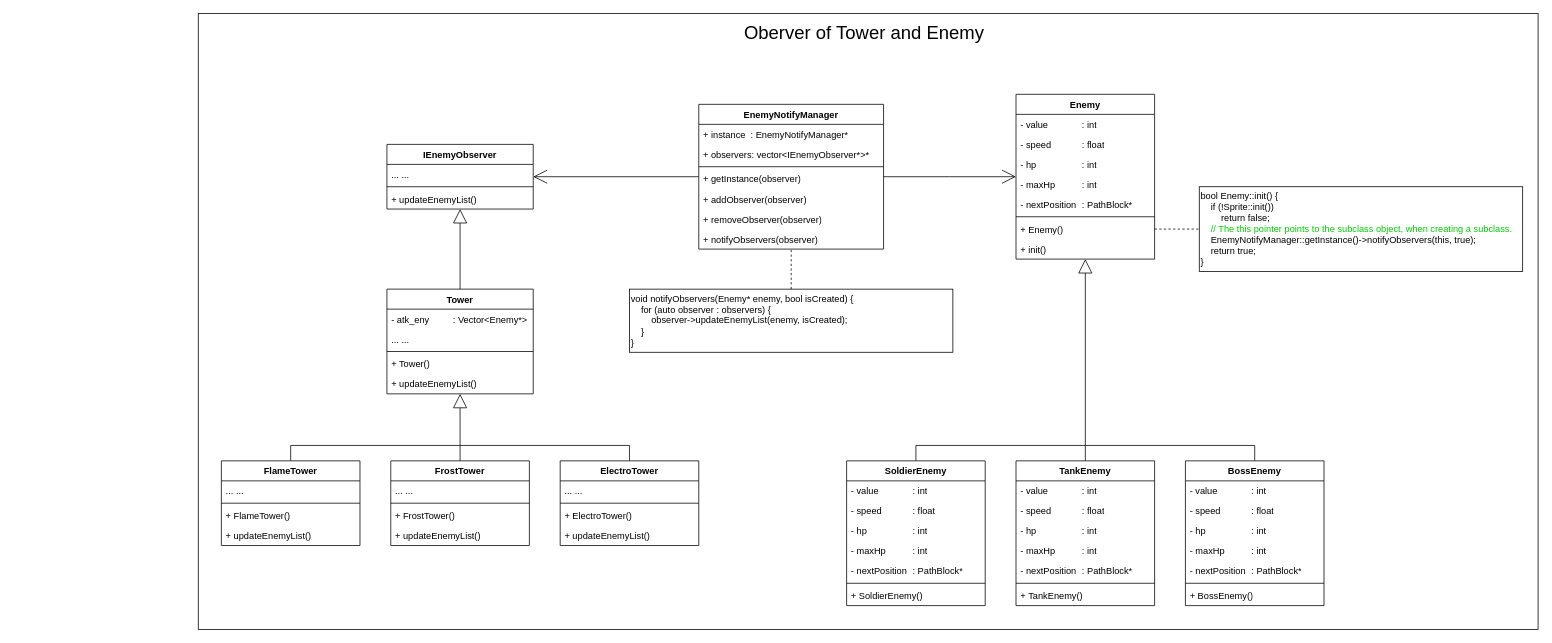
The draw.io diagram page "Observer" (4 of 4) of 文档/URL.drawio in QinCheng0928/Cocos2d, before the edit. Source tidied: cells renumbered, new cells numbered last; positions are measured from the earlier drawing's top-left corner, leaving out a move shared by most shapes. Both pictures are drawn from the tidied source at 77%, with x=0, y=0 at pixel (198, 13).
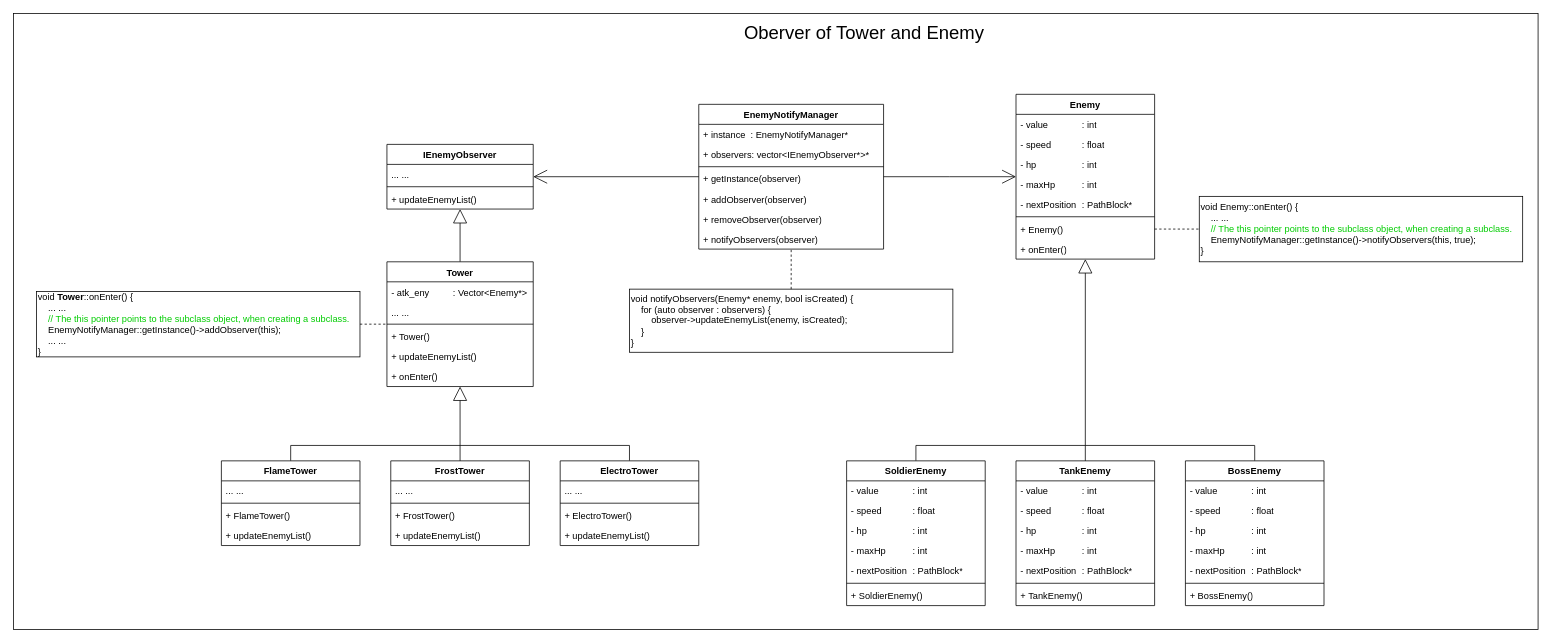
The same diagram, later.

Commit message (it also covers changes not shown here):
去掉一些乱码的注释，完善一下UML图

The change refers to these unchanged cells:
```xml
<mxCell id="3" value="&lt;span style=&quot;white-space: pre;&quot;&gt;Enemy&lt;/span&gt;" style="swimlane;fontStyle=1;align=center;verticalAlign=top;horizontal=1;startSize=26;whiteSpace=wrap;html=1;" parent="1" vertex="1">
  <mxGeometry x="1062" y="105" width="180" height="214" as="geometry" />
</mxCell>
```

What changed in the source:
```diff
@@
     <mxCell id="2" style="rounded=0;whiteSpace=wrap;html=1;fillStyle=auto;gradientColor=none;" parent="1" vertex="1">
-      <mxGeometry width="1740" height="800" as="geometry" />
+      <mxGeometry x="-240" width="1980" height="800" as="geometry" />
     </mxCell>
@@
-    <mxCell id="11" value="+ init()" style="text;strokeColor=none;fillColor=none;align=left;verticalAlign=top;spacingLeft=4;spacingRight=4;overflow=hidden;whiteSpace=wrap;html=1;" parent="3" vertex="1">
+    <mxCell id="11" value="+ onEnter()" style="text;strokeColor=none;fillColor=none;align=left;verticalAlign=top;spacingLeft=4;spacingRight=4;overflow=hidden;whiteSpace=wrap;html=1;" parent="3" vertex="1">
       <mxGeometry y="188" width="180" height="26" as="geometry" />
     </mxCell>
@@
-    <mxCell id="39" value="&lt;span style=&quot;background-color: transparent;&quot;&gt;bool Enemy::init() {&lt;/span&gt;&lt;div&gt;&amp;nbsp; &amp;nbsp; if (!Sprite::init())&amp;nbsp;&lt;/div&gt;&lt;div&gt;&amp;nbsp; &amp;nbsp; &amp;nbsp; &amp;nbsp; return false;&lt;/div&gt;&lt;div&gt;&amp;nbsp; &amp;nbsp; &lt;font style=&quot;color: rgb(0, 204, 0);&quot;&gt;// The this pointer points to the subclass object, when creating a subclass.&lt;/font&gt;&lt;/div&gt;&lt;div&gt;&amp;nbsp; &amp;nbsp; EnemyNotifyManager::getInstance()-&amp;gt;notifyObservers(this, true);&lt;/div&gt;&lt;div&gt;&amp;nbsp; &amp;nbsp; return true;&lt;/div&gt;&lt;div&gt;}&lt;/div&gt;" style="rounded=0;whiteSpace=wrap;html=1;align=left;fontSize=12;" parent="1" vertex="1">
-      <mxGeometry x="1300" y="225" width="420" height="110" as="geometry" />
+    <mxCell id="39" value="&lt;span style=&quot;background-color: transparent;&quot;&gt;void Enemy::onEnter() {&lt;/span&gt;&lt;div&gt;&amp;nbsp; &amp;nbsp; ... ...&lt;/div&gt;&lt;div&gt;&amp;nbsp; &amp;nbsp; &lt;font style=&quot;color: rgb(0, 204, 0);&quot;&gt;// The this pointer points to the subclass object, when creating a subclass.&lt;/font&gt;&lt;/div&gt;&lt;div&gt;&amp;nbsp; &amp;nbsp; EnemyNotifyManager::getInstance()-&amp;gt;notifyObservers(this, true);&lt;/div&gt;&lt;div&gt;}&lt;/div&gt;" style="rounded=0;whiteSpace=wrap;html=1;align=left;fontSize=12;" parent="1" vertex="1">
+      <mxGeometry x="1300" y="237.5" width="420" height="85" as="geometry" />
     </mxCell>
@@
     <mxCell id="42" value="&lt;span style=&quot;white-space: pre;&quot;&gt;Tower&lt;/span&gt;" style="swimlane;fontStyle=1;align=center;verticalAlign=top;horizontal=1;startSize=26;whiteSpace=wrap;html=1;" parent="1" vertex="1">
-      <mxGeometry x="245" y="358" width="190" height="136" as="geometry" />
+      <mxGeometry x="245" y="322.5" width="190" height="162" as="geometry" />
     </mxCell>
@@
+    <mxCell id="83" value="&lt;div style=&quot;text-align: center;&quot;&gt;&lt;span style=&quot;background-color: transparent; color: light-dark(rgb(0, 0, 0), rgb(255, 255, 255));&quot;&gt;+&amp;nbsp;&lt;/span&gt;&lt;span style=&quot;background-color: transparent; text-align: left; white-space: pre;&quot;&gt;onEnter&lt;/span&gt;&lt;span style=&quot;background-color: transparent; color: light-dark(rgb(0, 0, 0), rgb(255, 255, 255));&quot;&gt;()&lt;/span&gt;&lt;/div&gt;" style="text;strokeColor=none;fillColor=none;align=left;verticalAlign=top;spacingLeft=4;spacingRight=4;overflow=hidden;whiteSpace=wrap;html=1;" parent="42" vertex="1">
+      <mxGeometry y="136" width="190" height="26" as="geometry" />
+    </mxCell>
@@
+    <mxCell id="84" value="&lt;span style=&quot;background-color: transparent;&quot;&gt;void&amp;nbsp;&lt;/span&gt;&lt;span style=&quot;font-weight: 700; text-align: center; white-space: pre;&quot;&gt;Tower&lt;/span&gt;&lt;span style=&quot;background-color: transparent;&quot;&gt;::onEnter() {&lt;/span&gt;&lt;div&gt;&amp;nbsp; &amp;nbsp; ... ...&lt;/div&gt;&lt;div&gt;&amp;nbsp; &amp;nbsp; &lt;font style=&quot;color: rgb(0, 204, 0);&quot;&gt;// The this pointer points to the subclass object, when creating a subclass.&lt;/font&gt;&lt;/div&gt;&lt;div&gt;&amp;nbsp; &amp;nbsp; EnemyNotifyManager::getInstance()-&amp;gt;addObserver(this);&lt;/div&gt;&lt;div&gt;&amp;nbsp; &amp;nbsp; ... ...&lt;/div&gt;&lt;div&gt;}&lt;/div&gt;" style="rounded=0;whiteSpace=wrap;html=1;align=left;fontSize=12;" parent="1" vertex="1">
+      <mxGeometry x="-210" y="361" width="420" height="85" as="geometry" />
+    </mxCell>
+    <mxCell id="85" style="endArrow=none;html=1;rounded=0;dashed=1;" parent="1" edge="1" source="84" target="42">
+      <mxGeometry relative="1" as="geometry" />
+    </mxCell>
```
